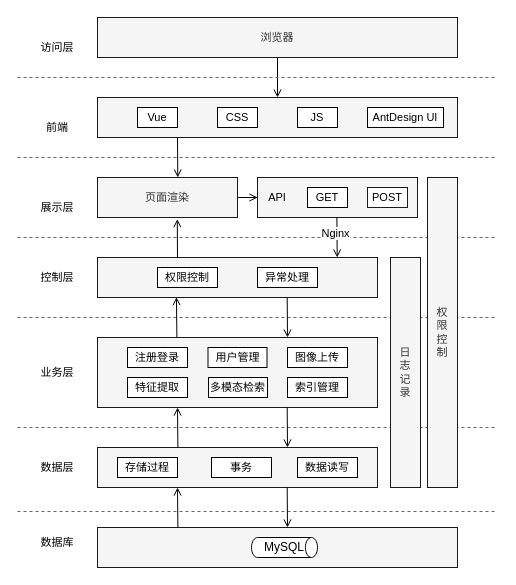
Before: page "图4.2 系统架构设计" (2 of 6) of word/第4章/第四章.drawio in ssl1995/imooc-wiki, a draw.io diagram. Source tidied: cells renumbered, new cells numbered last; positions are measured from the earlier drawing's top-left corner, leaving out a move shared by most shapes. Both pictures are drawn from the tidied source at 100%, with x=0, y=0 at pixel (17, 17).
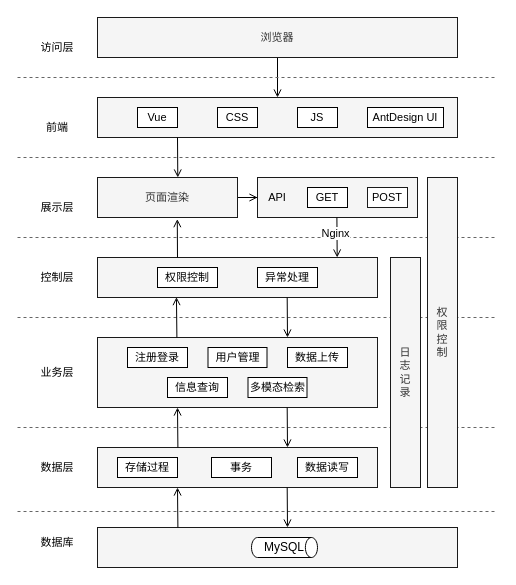
Above is the later version.

What changed in the source:
```diff
@@
-    <mxCell id="32" value="图像上传" style="rounded=0;whiteSpace=wrap;html=1;fontSize=11;" parent="1" vertex="1">
+    <mxCell id="32" value="数据上传" style="rounded=0;whiteSpace=wrap;html=1;fontSize=11;" parent="1" vertex="1">
       <mxGeometry x="270" y="330" width="60" height="20" as="geometry" />
     </mxCell>
     <mxCell id="33" value="多模态检索" style="rounded=0;whiteSpace=wrap;html=1;fontSize=11;" parent="1" vertex="1">
-      <mxGeometry x="191" y="360" width="59" height="20" as="geometry" />
+      <mxGeometry x="230.5" y="360" width="59" height="20" as="geometry" />
     </mxCell>
-    <mxCell id="34" value="特征提取" style="rounded=0;whiteSpace=wrap;html=1;fontSize=11;" parent="1" vertex="1">
-      <mxGeometry x="110" y="360" width="60" height="20" as="geometry" />
+    <mxCell id="34" value="信息查询" style="rounded=0;whiteSpace=wrap;html=1;fontSize=11;" parent="1" vertex="1">
+      <mxGeometry x="150" y="360" width="60" height="20" as="geometry" />
     </mxCell>
@@
-    <mxCell id="55" value="索引管理" style="rounded=0;whiteSpace=wrap;html=1;fontSize=11;" parent="1" vertex="1">
-      <mxGeometry x="270" y="360" width="60" height="20" as="geometry" />
-    </mxCell>
```
